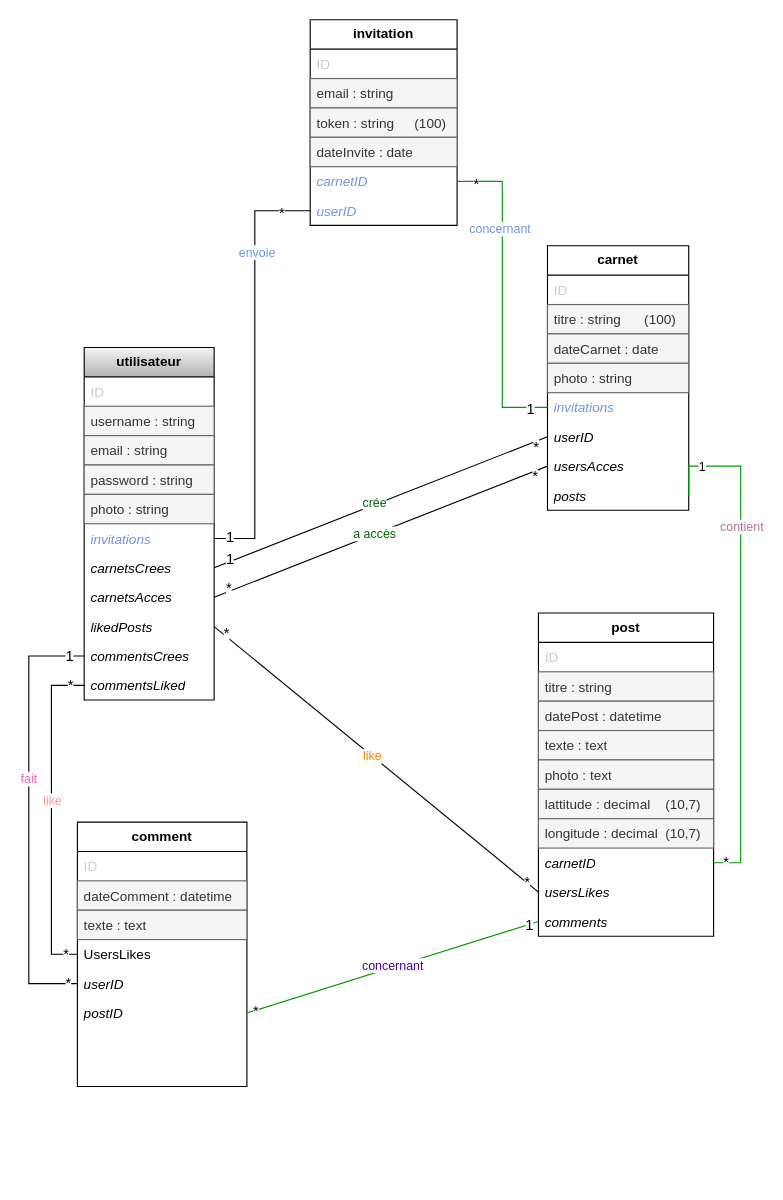
This is doc-projet-symfony/Diagr_CarnetVoyage3.drawio from Lcdz85/ProjetFinal-Laura, a draw.io file, before an edit. Source tidied: cells renumbered, new cells numbered last; positions are measured from the earlier drawing's top-left corner, leaving out a move shared by most shapes. Both pictures are drawn from the tidied source at 113%, with x=0, y=0 at pixel (28, 19).
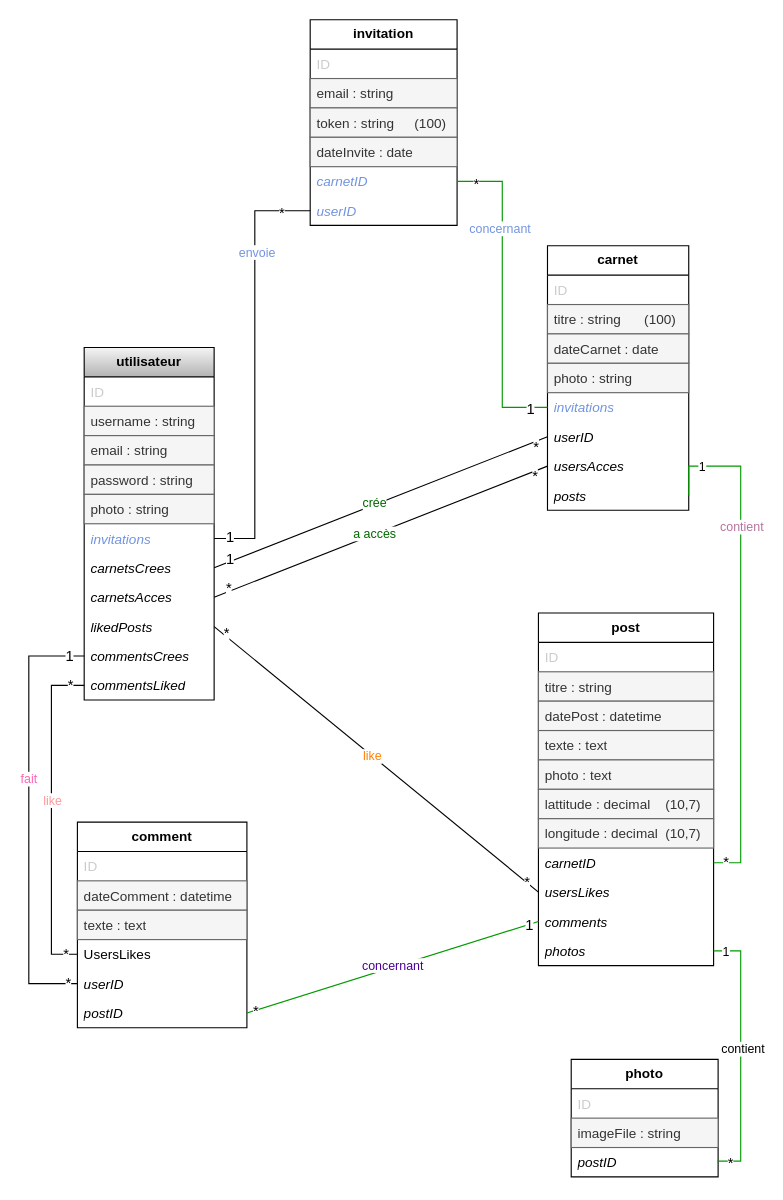
The same page after the edit.

What changed in the source:
```diff
@@
     <mxCell id="31" value="&lt;b&gt;post&lt;/b&gt;" style="swimlane;fontStyle=0;horizontal=1;startSize=26;fillColor=none;whiteSpace=wrap;html=1;" parent="1" vertex="1">
-      <mxGeometry x="451" y="525" width="155" height="286" as="geometry" />
+      <mxGeometry x="451" y="525" width="155" height="312" as="geometry" />
     </mxCell>
@@
+    <mxCell id="84" value="&lt;i&gt;photos&lt;/i&gt;" style="text;align=left;verticalAlign=top;spacingLeft=4;spacingRight=4;overflow=hidden;points=[[0,0.5],[1,0.5]];portConstraint=eastwest;whiteSpace=wrap;html=1;" parent="31" vertex="1">
+      <mxGeometry y="286" width="155" height="26" as="geometry" />
+    </mxCell>
@@
     <mxCell id="46" value="&lt;b&gt;comment&lt;/b&gt;" style="swimlane;fontStyle=0;horizontal=1;startSize=26;fillColor=none;whiteSpace=wrap;html=1;" parent="1" vertex="1">
-      <mxGeometry x="43" y="710" width="150" height="234" as="geometry" />
+      <mxGeometry x="43" y="710" width="150" height="182" as="geometry" />
     </mxCell>
@@
+    <mxCell id="85" value="&lt;b&gt;photo&lt;/b&gt;" style="swimlane;fontStyle=0;horizontal=1;startSize=26;fillColor=none;whiteSpace=wrap;html=1;" parent="1" vertex="1">
+      <mxGeometry x="480" y="920" width="130" height="104" as="geometry" />
+    </mxCell>
+    <mxCell id="86" value="&lt;font style=&quot;&quot;&gt;ID&lt;/font&gt;" style="text;strokeColor=none;fillColor=none;align=left;verticalAlign=top;spacingLeft=4;spacingRight=4;overflow=hidden;whiteSpace=wrap;html=1;fontColor=light-dark(#CCCCCC,#EDEDED);" parent="85" vertex="1">
+      <mxGeometry y="26" width="130" height="26" as="geometry" />
+    </mxCell>
+    <mxCell id="87" value="imageFile : string" style="text;strokeColor=#666666;fillColor=#f5f5f5;align=left;verticalAlign=top;spacingLeft=4;spacingRight=4;overflow=hidden;whiteSpace=wrap;html=1;fontColor=#333333;" parent="85" vertex="1">
+      <mxGeometry y="52" width="130" height="26" as="geometry" />
+    </mxCell>
+    <mxCell id="88" value="&lt;i&gt;postID&lt;/i&gt;" style="text;strokeColor=none;fillColor=none;align=left;verticalAlign=top;spacingLeft=4;spacingRight=4;overflow=hidden;points=[[0,0.5],[1,0.5]];portConstraint=eastwest;whiteSpace=wrap;html=1;fontColor=#000000;" parent="85" vertex="1">
+      <mxGeometry y="78" width="130" height="26" as="geometry" />
+    </mxCell>
+    <mxCell id="89" style="endArrow=none;endFill=0;endSize=12;html=1;rounded=0;exitX=1;exitY=0.5;exitDx=0;exitDy=0;strokeColor=#009900;entryX=1;entryY=0.5;entryDx=0;entryDy=0;edgeStyle=orthogonalEdgeStyle;" parent="1" edge="1" source="88" target="84">
+      <mxGeometry relative="1" as="geometry">
+        <Array as="points">
+          <mxPoint x="630" y="1010" />
+          <mxPoint x="630" y="824" />
+        </Array>
+      </mxGeometry>
+    </mxCell>
+    <mxCell id="90" value="1" style="edgeLabel;html=1;align=center;verticalAlign=middle;" parent="89" vertex="1">
+      <mxGeometry x="0.77" relative="1" as="geometry">
+        <mxPoint x="-14" y="-3" as="offset" />
+      </mxGeometry>
+    </mxCell>
+    <mxCell id="91" value="*" style="edgeLabel;html=1;align=center;verticalAlign=middle;fontSize=13;" parent="89" vertex="1">
+      <mxGeometry x="-0.82" relative="1" as="geometry">
+        <mxPoint x="-10" y="1" as="offset" />
+      </mxGeometry>
+    </mxCell>
+    <mxCell id="92" value="contient" style="edgeLabel;html=1;align=center;verticalAlign=middle;" parent="89" vertex="1">
+      <mxGeometry x="0.05" y="-1" relative="1" as="geometry" />
+    </mxCell>
```
